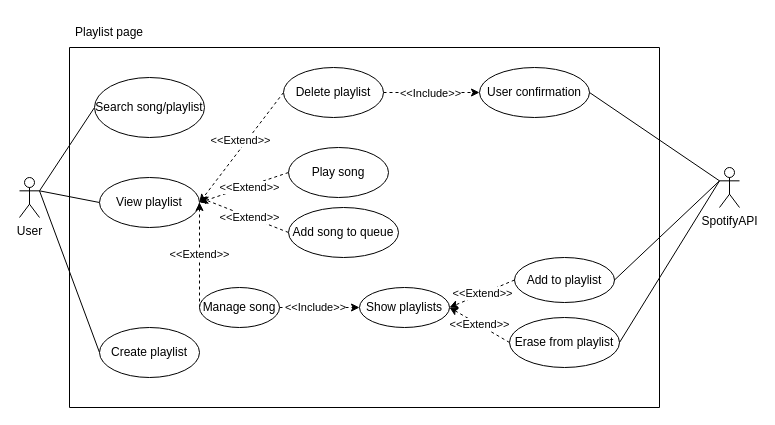
This is Engineering/Analisis/UseCases/PlaylistPage/PlaylistPage.drawio from Cutro2K/Spot-MP, a draw.io file, before an edit. Source tidied: cells renumbered, new cells numbered last; positions are measured from the earlier drawing's top-left corner, leaving out a move shared by most shapes. Both pictures are drawn from the tidied source at 100%, with x=0, y=0 at pixel (19, 17).
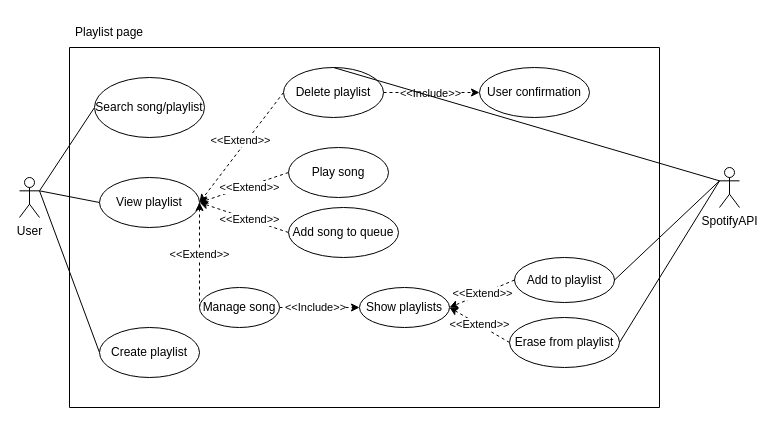
Above is the later version.

The change refers to these unchanged cells:
```xml
<mxCell id="7" style="swimlane;startSize=0;" parent="1" vertex="1">
  <mxGeometry x="50" y="30" width="590" height="360" as="geometry" />
</mxCell>
<mxCell id="8" value="View playlist" style="ellipse;whiteSpace=wrap;html=1;" parent="7" vertex="1">
  <mxGeometry x="30" y="130" width="100" height="50" as="geometry" />
</mxCell>
<mxCell id="14" value="Delete playlist" style="ellipse;whiteSpace=wrap;html=1;" parent="7" vertex="1">
  <mxGeometry x="214" y="20" width="100" height="50" as="geometry" />
</mxCell>
<mxCell id="15" value="User confirmation" style="ellipse;whiteSpace=wrap;html=1;" parent="7" vertex="1">
  <mxGeometry x="410" y="20" width="110" height="50" as="geometry" />
</mxCell>
<mxCell id="19" value="Add song to queue" style="ellipse;whiteSpace=wrap;html=1;" parent="7" vertex="1">
  <mxGeometry x="219" y="160" width="110" height="50" as="geometry" />
</mxCell>
<mxCell id="32" value="SpotifyAPI" style="shape=umlActor;verticalLabelPosition=bottom;verticalAlign=top;html=1;outlineConnect=0;" parent="1" vertex="1">
  <mxGeometry x="700" y="150" width="20" height="40" as="geometry" />
</mxCell>
```

What changed in the source:
```diff
@@
-    <mxCell id="18" value="&amp;lt;&amp;lt;Extend&amp;gt;&amp;gt;" style="rounded=0;jettySize=auto;html=1;exitX=0;exitY=0.5;exitDx=0;exitDy=0;dashed=1;" parent="7" edge="1" source="19">
-      <mxGeometry x="-0.13" relative="1" as="geometry">
-        <mxPoint x="130" y="150" as="targetPoint" />
-      </mxGeometry>
+    <mxCell id="18" value="&amp;lt;&amp;lt;Extend&amp;gt;&amp;gt;" style="rounded=0;jettySize=auto;html=1;exitX=0;exitY=0.5;exitDx=0;exitDy=0;entryX=1;entryY=0.5;entryDx=0;entryDy=0;dashed=1;" parent="7" edge="1" source="19" target="8">
+      <mxGeometry x="-0.13" relative="1" as="geometry" />
     </mxCell>
@@
-    <mxCell id="29" style="rounded=0;jettySize=auto;html=1;exitX=0;exitY=0.3333333333333333;exitDx=0;exitDy=0;exitPerimeter=0;entryX=1;entryY=0.5;entryDx=0;entryDy=0;endArrow=none;endFill=0;" parent="1" edge="1" source="32" target="15">
+    <mxCell id="29" style="rounded=0;jettySize=auto;html=1;exitX=0;exitY=0.3333333333333333;exitDx=0;exitDy=0;exitPerimeter=0;entryX=0.5;entryY=0;entryDx=0;entryDy=0;endArrow=none;endFill=0;" parent="1" edge="1" source="32" target="14">
       <mxGeometry relative="1" as="geometry" />
     </mxCell>
```
